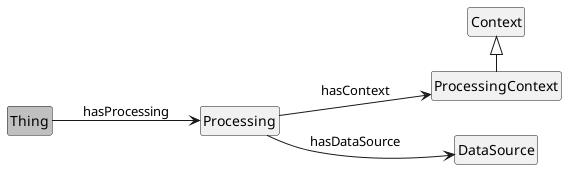
This is media/overview_Processing.png from jeswr/dpv, a PlantUML export, as it was before one commit.
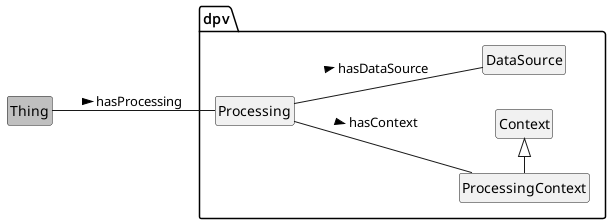
Above is the later version.

Diff of the diagram source:
```diff
@@ -3,14 +3,15 @@
 left to right direction
 
 class Thing #silver
-class Processing
-class DataSource
-class ProcessingContext
-class Context
-
-Thing --> Processing : hasProcessing
-Processing --> DataSource: hasDataSource
-Processing --> ProcessingContext : hasContext
+package dpv {
+	class Processing
+	class DataSource
+	class ProcessingContext
+	class Context
+}
+Thing -- Processing : hasProcessing >
+Processing -- DataSource: hasDataSource >
+Processing -- ProcessingContext : hasContext >
 Context <|- ProcessingContext
 
 @enduml
```
